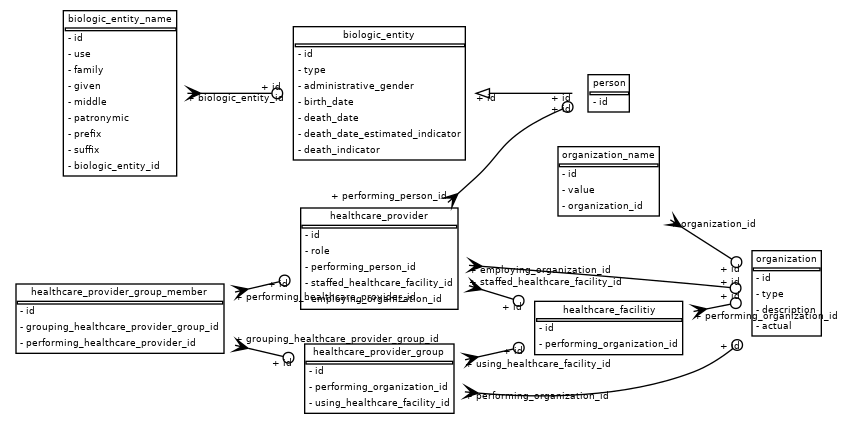
The Graphviz diagram docs/db.png in yoursdearboy/bridg, before a commit. Its source is kept beside it as docs/db.dot.
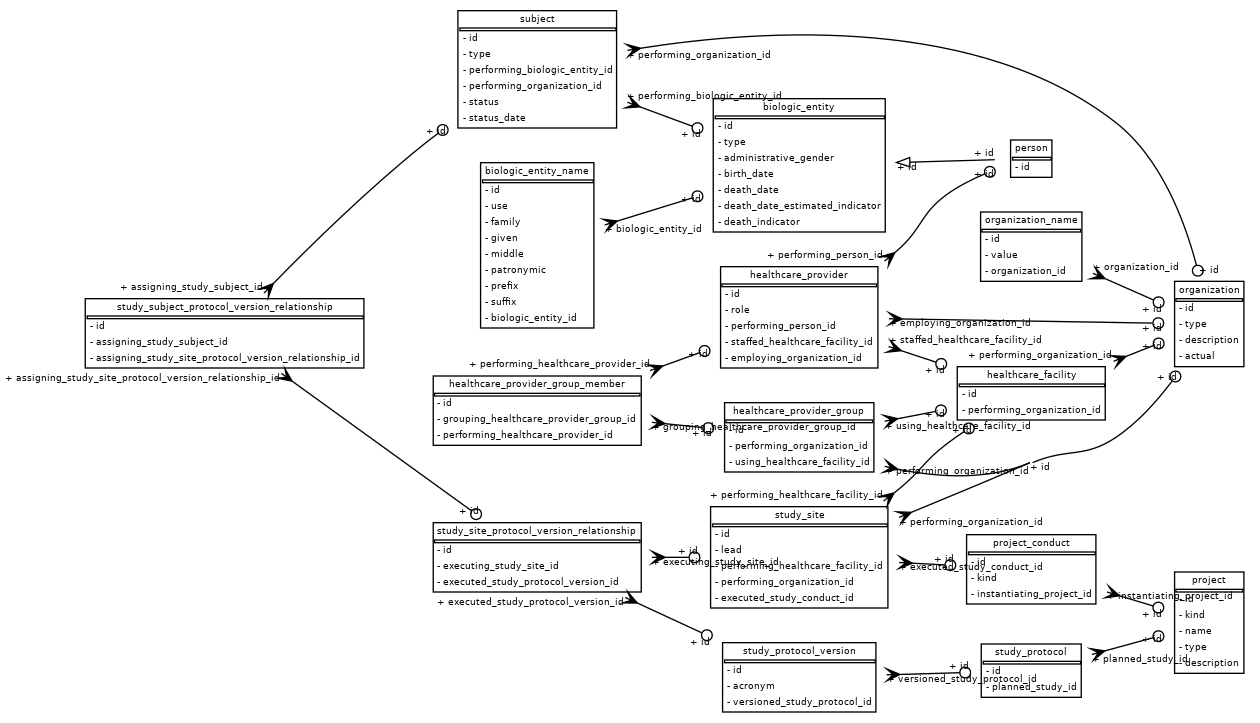
The same file after the commit.

Commit message:
Added study models

Change to the diagram source:
```diff
@@ -1,5 +1,5 @@
 digraph G {
-	graph [bb="0,0,625.17,310",
+	graph [bb="0,0,936.93,534",
 		concentrate=True,
 		mode=ipsep,
 		overlap=ipsep,
@@ -12,14 +12,14 @@
 		fontsize=7.0,
 		height=1.8333,
 		label=<<TABLE BORDER="1" CELLBORDER="0" CELLSPACING="0"><TR><TD ALIGN="CENTER">biologic_entity_name</TD></TR><TR><TD BORDER="1" CELLPADDING="0"></TD></TR><TR><TD ALIGN="LEFT" PORT="id">- id</TD></TR><TR><TD ALIGN="LEFT" PORT="use">- use</TD></TR><TR><TD ALIGN="LEFT" PORT="family">- family</TD></TR><TR><TD ALIGN="LEFT" PORT="given">- given</TD></TR><TR><TD ALIGN="LEFT" PORT="middle">- middle</TD></TR><TR><TD ALIGN="LEFT" PORT="patronymic">- patronymic</TD></TR><TR><TD ALIGN="LEFT" PORT="prefix">- prefix</TD></TR><TR><TD ALIGN="LEFT" PORT="suffix">- suffix</TD></TR><TR><TD ALIGN="LEFT" PORT="biologic_entity_id">- biologic_entity_id</TD></TR></TABLE>>,
-		pos="86,244",
+		pos="398.93,354",
 		shape=plaintext,
 		width=1.4028];
 	biologic_entity	[fontname="Bitstream-Vera Sans",
 		fontsize=7.0,
 		height=1.5,
 		label=<<TABLE BORDER="1" CELLBORDER="0" CELLSPACING="0"><TR><TD ALIGN="CENTER">biologic_entity</TD></TR><TR><TD BORDER="1" CELLPADDING="0"></TD></TR><TR><TD ALIGN="LEFT" PORT="id">- id</TD></TR><TR><TD ALIGN="LEFT" PORT="type">- type</TD></TR><TR><TD ALIGN="LEFT" PORT="administrative_gender">- administrative_gender</TD></TR><TR><TD ALIGN="LEFT" PORT="birth_date">- birth_date</TD></TR><TR><TD ALIGN="LEFT" PORT="death_date">- death_date</TD></TR><TR><TD ALIGN="LEFT" PORT="death_date_estimated_indicator">- death_date_estimated_indicator</TD></TR><TR><TD ALIGN="LEFT" PORT="death_indicator">- death_indicator</TD></TR></TABLE>>,
-		pos="280.5,244",
+		pos="595.43,414",
 		shape=plaintext,
 		width=2.0139];
 	biologic_entity_name -> biologic_entity	[arrowhead=odot,
@@ -27,16 +27,16 @@
 		dir=both,
 		fontname="Bitstream-Vera Sans",
 		fontsize=7.0,
-		head_lp="199.96,248",
+		head_lp="514.92,387.94",
 		headlabel="+ id",
-		pos="s,136.57,244 e,207.96,244 146.77,244 163.57,244 182.1,244 199.86,244",
-		tail_lp="173.07,240",
+		pos="s,449.52,369.3 e,522.92,391.94 459.16,372.27 476.76,377.7 496.32,383.73 514.98,389.49",
+		tail_lp="486.02,365.3",
 		taillabel="+ biologic_entity_id"];
 	person	[fontname="Bitstream-Vera Sans",
 		fontsize=7.0,
 		height=0.5,
 		label=<<TABLE BORDER="1" CELLBORDER="0" CELLSPACING="0"><TR><TD ALIGN="CENTER">person</TD></TR><TR><TD BORDER="1" CELLPADDING="0"></TD></TR><TR><TD ALIGN="LEFT" PORT="id">- id</TD></TR></TABLE>>,
-		pos="452.5,244",
+		pos="769.43,419",
 		shape=plaintext,
 		width=0.75];
 	biologic_entity -> person	[arrowhead=none,
@@ -44,23 +44,23 @@
 		dir=both,
 		fontname="Bitstream-Vera Sans",
 		fontsize=7.0,
-		head_lp="417.26,240",
+		head_lp="734.14,422.24",
 		headlabel="+ id",
-		pos="s,353.1,244 363.36,244 385.79,244 408.51,244 425.26,244",
-		tail_lp="361.1,240",
+		pos="s,668.38,416.09 678.56,416.39 701.59,417.06 724.99,417.74 742.14,418.24",
+		tail_lp="676.38,412.09",
 		taillabel="+ id"];
 	organization	[fontname="Bitstream-Vera Sans",
 		fontsize=7.0,
 		height=1,
 		label=<<TABLE BORDER="1" CELLBORDER="0" CELLSPACING="0"><TR><TD ALIGN="CENTER">organization</TD></TR><TR><TD BORDER="1" CELLPADDING="0"></TD></TR><TR><TD ALIGN="LEFT" PORT="id">- id</TD></TR><TR><TD ALIGN="LEFT" PORT="type">- type</TD></TR><TR><TD ALIGN="LEFT" PORT="description">- description</TD></TR><TR><TD ALIGN="LEFT" PORT="actual">- actual</TD></TR></TABLE>>,
-		pos="586,94",
+		pos="902.93,295",
 		shape=plaintext,
 		width=0.94444];
 	organization_name	[fontname="Bitstream-Vera Sans",
 		fontsize=7.0,
 		height=0.83333,
 		label=<<TABLE BORDER="1" CELLBORDER="0" CELLSPACING="0"><TR><TD ALIGN="CENTER">organization_name</TD></TR><TR><TD BORDER="1" CELLPADDING="0"></TD></TR><TR><TD ALIGN="LEFT" PORT="id">- id</TD></TR><TR><TD ALIGN="LEFT" PORT="value">- value</TD></TR><TR><TD ALIGN="LEFT" PORT="organization_id">- organization_id</TD></TR></TABLE>>,
-		pos="452.5,178",
+		pos="769.43,353",
 		shape=plaintext,
 		width=1.2778];
 	organization_name -> organization	[arrowhead=odot,
@@ -68,33 +68,33 @@
 		dir=both,
 		fontname="Bitstream-Vera Sans",
 		fontsize=7.0,
-		head_lp="543.71,111.27",
+		head_lp="860.64,305.68",
 		headlabel="+ id",
-		pos="s,498.75,149.09 e,551.71,115.27 507.46,143.53 519.99,135.53 533.11,127.15 544.92,119.6",
-		tail_lp="531.25,145.09",
+		pos="s,815.69,333.04 e,868.64,309.68 825.23,328.83 837.21,323.55 849.68,318.05 861.01,313.05",
+		tail_lp="848.19,337.04",
 		taillabel="+ organization_id"];
-	healthcare_facilitiy	[fontname="Bitstream-Vera Sans",
+	healthcare_facility	[fontname="Bitstream-Vera Sans",
 		fontsize=7.0,
 		height=0.66667,
-		label=<<TABLE BORDER="1" CELLBORDER="0" CELLSPACING="0"><TR><TD ALIGN="CENTER">healthcare_facilitiy</TD></TR><TR><TD BORDER="1" CELLPADDING="0"></TD></TR><TR><TD ALIGN="LEFT" PORT="id">- id</TD></TR><TR><TD ALIGN="LEFT" PORT="performing_organization_id">- performing_organization_id</TD></TR></TABLE>>,
-		pos="452.5,68",
+		label=<<TABLE BORDER="1" CELLBORDER="0" CELLSPACING="0"><TR><TD ALIGN="CENTER">healthcare_facility</TD></TR><TR><TD BORDER="1" CELLPADDING="0"></TD></TR><TR><TD ALIGN="LEFT" PORT="id">- id</TD></TR><TR><TD ALIGN="LEFT" PORT="performing_organization_id">- performing_organization_id</TD></TR></TABLE>>,
+		pos="769.43,243",
 		shape=plaintext,
 		width=1.7639];
-	healthcare_facilitiy -> organization	[arrowhead=odot,
+	healthcare_facility -> organization	[arrowhead=odot,
 		arrowtail=crow,
 		dir=both,
 		fontname="Bitstream-Vera Sans",
 		fontsize=7.0,
-		head_lp="543.79,91.433",
+		head_lp="860.71,277.86",
 		headlabel="+ id",
-		pos="s,516.17,80.391 e,551.79,87.433 526.26,82.386 532.24,83.569 538.14,84.736 543.77,85.848",
-		tail_lp="570.67,76.391",
+		pos="s,831.18,267.02 e,868.71,281.86 840.58,270.74 847.63,273.52 854.6,276.28 861.18,278.89",
+		tail_lp="776.68,271.02",
 		taillabel="+ performing_organization_id"];
 	healthcare_provider	[fontname="Bitstream-Vera Sans",
 		fontsize=7.0,
 		height=1.1667,
 		label=<<TABLE BORDER="1" CELLBORDER="0" CELLSPACING="0"><TR><TD ALIGN="CENTER">healthcare_provider</TD></TR><TR><TD BORDER="1" CELLPADDING="0"></TD></TR><TR><TD ALIGN="LEFT" PORT="id">- id</TD></TR><TR><TD ALIGN="LEFT" PORT="role">- role</TD></TR><TR><TD ALIGN="LEFT" PORT="performing_person_id">- performing_person_id</TD></TR><TR><TD ALIGN="LEFT" PORT="staffed_healthcare_facility_id">- staffed_healthcare_facility_id</TD></TR><TR><TD ALIGN="LEFT" PORT="employing_organization_id">- employing_organization_id</TD></TR></TABLE>>,
-		pos="280.5,120",
+		pos="595.43,300",
 		shape=plaintext,
 		width=1.8611];
 	healthcare_provider -> person	[arrowhead=odot,
@@ -102,37 +102,37 @@
 		dir=both,
 		fontname="Bitstream-Vera Sans",
 		fontsize=7.0,
-		head_lp="417.43,231.28",
+		head_lp="734.13,406.61",
 		headlabel="+ id",
-		pos="s,331.94,162.17 e,425.43,235.28 339.64,168.93 344.2,172.97 348.7,177.03 353,181 369.62,196.36 370.28,204.29 389,217 397.8,222.97 \
-408.13,228.08 417.83,232.2",
-		tail_lp="287.94,166.17",
+		pos="s,659.39,342.11 e,742.13,410.61 667.38,348.76 668.24,349.5 669.09,350.25 669.93,351 688.03,367.14 686.33,377.73 705.93,392 714.53,\
+398.26 724.8,403.45 734.51,407.55",
+		tail_lp="615.39,346.11",
 		taillabel="+ performing_person_id"];
 	healthcare_provider -> organization	[arrowhead=odot,
 		arrowtail=crow,
 		dir=both,
 		fontname="Bitstream-Vera Sans",
 		fontsize=7.0,
-		head_lp="543.67,101.52",
+		head_lp="860.73,291.54",
 		headlabel="+ id",
-		pos="s,347.74,114.99 e,551.67,97.519 357.9,114.2 403.76,110.63 463.25,105.81 516,101 524.91,100.19 534.45,99.257 543.51,98.346",
-		tail_lp="401.24,110.99",
+		pos="s,662.72,298.92 e,868.73,295.54 673.01,298.75 732.4,297.77 812.43,296.46 860.44,295.68",
+		tail_lp="716.22,294.92",
 		taillabel="+ employing_organization_id"];
-	healthcare_provider -> healthcare_facilitiy	[arrowhead=odot,
+	healthcare_provider -> healthcare_facility	[arrowhead=odot,
 		arrowtail=crow,
 		dir=both,
 		fontname="Bitstream-Vera Sans",
 		fontsize=7.0,
-		head_lp="380.81,83.177",
+		head_lp="697.71,259.78",
 		headlabel="+ id",
-		pos="s,347.71,99.747 e,388.81,87.177 357.31,96.811 365.21,94.396 373.21,91.948 381.04,89.552",
-		tail_lp="405.21,101.75",
+		pos="s,662.44,278.13 e,705.71,263.78 672.2,274.89 680.77,272.05 689.48,269.17 697.98,266.35",
+		tail_lp="719.94,282.13",
 		taillabel="+ staffed_healthcare_facility_id"];
 	healthcare_provider_group	[fontname="Bitstream-Vera Sans",
 		fontsize=7.0,
 		height=0.83333,
 		label=<<TABLE BORDER="1" CELLBORDER="0" CELLSPACING="0"><TR><TD ALIGN="CENTER">healthcare_provider_group</TD></TR><TR><TD BORDER="1" CELLPADDING="0"></TD></TR><TR><TD ALIGN="LEFT" PORT="id">- id</TD></TR><TR><TD ALIGN="LEFT" PORT="performing_organization_id">- performing_organization_id</TD></TR><TR><TD ALIGN="LEFT" PORT="using_healthcare_facility_id">- using_healthcare_facility_id</TD></TR></TABLE>>,
-		pos="280.5,30",
+		pos="595.43,210",
 		shape=plaintext,
 		width=1.7778];
 	healthcare_provider_group -> organization	[arrowhead=odot,
@@ -140,26 +140,26 @@
 		dir=both,
 		fontname="Bitstream-Vera Sans",
 		fontsize=7.0,
-		head_lp="543.95,53.817",
+		head_lp="776.43,187",
 		headlabel="+ id",
-		pos="s,344.66,20.111 e,551.95,57.817 354.87,19.152 402.37,15.091 464.69,15.43 516,35 526.55,39.023 536.59,45.412 545.59,52.529",
-		tail_lp="399.16,16.111",
+		pos="s,659.56,188.25 669.6,186.05 701.09,179.7 737.66,177.81 768.43,191",
+		tail_lp="714.06,184.25",
 		taillabel="+ performing_organization_id"];
-	healthcare_provider_group -> healthcare_facilitiy	[arrowhead=odot,
+	healthcare_provider_group -> healthcare_facility	[arrowhead=odot,
 		arrowtail=crow,
 		dir=both,
 		fontname="Bitstream-Vera Sans",
 		fontsize=7.0,
-		head_lp="380.99,50.028",
+		head_lp="697.66,226.96",
 		headlabel="+ id",
-		pos="s,344.8,44.15 e,388.99,54.028 354.74,46.37 363.47,48.323 372.38,50.314 381.08,52.258",
-		tail_lp="399.8,40.15",
+		pos="s,659.5,222.1 e,705.66,230.96 669.51,224.02 678.81,225.8 688.32,227.63 697.59,229.41",
+		tail_lp="714.5,218.1",
 		taillabel="+ using_healthcare_facility_id"];
 	healthcare_provider_group_member	[fontname="Bitstream-Vera Sans",
 		fontsize=7.0,
 		height=0.83333,
 		label=<<TABLE BORDER="1" CELLBORDER="0" CELLSPACING="0"><TR><TD ALIGN="CENTER">healthcare_provider_group_member</TD></TR><TR><TD BORDER="1" CELLPADDING="0"></TD></TR><TR><TD ALIGN="LEFT" PORT="id">- id</TD></TR><TR><TD ALIGN="LEFT" PORT="grouping_healthcare_provider_group_id">- grouping_healthcare_provider_group_id</TD></TR><TR><TD ALIGN="LEFT" PORT="performing_healthcare_provider_id">- performing_healthcare_provider_id</TD></TR></TABLE>>,
-		pos="86,75",
+		pos="398.93,230",
 		shape=plaintext,
 		width=2.3889];
 	healthcare_provider_group_member -> healthcare_provider	[arrowhead=odot,
@@ -167,19 +167,197 @@
 		dir=both,
 		fontname="Bitstream-Vera Sans",
 		fontsize=7.0,
-		head_lp="205.37,100.54",
+		head_lp="520.2,272.16",
 		headlabel="+ id",
-		pos="s,172.27,94.934 e,213.37,104.54 182.32,97.283 190.03,99.086 197.75,100.89 205.28,102.65",
-		tail_lp="240.27,90.934",
+		pos="s,483.55,260.09 e,528.2,276.16 493.04,263.51 502.22,266.81 511.46,270.14 520.41,273.36",
+		tail_lp="415.55,264.09",
 		taillabel="+ performing_healthcare_provider_id"];
 	healthcare_provider_group_member -> healthcare_provider_group	[arrowhead=odot,
 		arrowtail=crow,
 		dir=both,
 		fontname="Bitstream-Vera Sans",
 		fontsize=7.0,
-		head_lp="208.25,40.785",
+		head_lp="523.22,212.5",
 		headlabel="+ id",
-		pos="s,172.27,55.066 e,216.25,44.785 182.36,52.708 191.07,50.671 199.8,48.631 208.25,46.656",
-		tail_lp="249.27,59.066",
+		pos="s,484.96,221.26 e,531.22,216.5 495.2,220.2 504.56,219.24 513.94,218.28 523,217.35",
+		tail_lp="561.96,217.26",
 		taillabel="+ grouping_healthcare_provider_group_id"];
+	project	[fontname="Bitstream-Vera Sans",
+		fontsize=7.0,
+		height=1.1667,
+		label=<<TABLE BORDER="1" CELLBORDER="0" CELLSPACING="0"><TR><TD ALIGN="CENTER">project</TD></TR><TR><TD BORDER="1" CELLPADDING="0"></TD></TR><TR><TD ALIGN="LEFT" PORT="id">- id</TD></TR><TR><TD ALIGN="LEFT" PORT="kind">- kind</TD></TR><TR><TD ALIGN="LEFT" PORT="name">- name</TD></TR><TR><TD ALIGN="LEFT" PORT="type">- type</TD></TR><TR><TD ALIGN="LEFT" PORT="description">- description</TD></TR></TABLE>>,
+		pos="902.93,71",
+		shape=plaintext,
+		width=0.94444];
+	project_conduct	[fontname="Bitstream-Vera Sans",
+		fontsize=7.0,
+		height=0.83333,
+		label=<<TABLE BORDER="1" CELLBORDER="0" CELLSPACING="0"><TR><TD ALIGN="CENTER">project_conduct</TD></TR><TR><TD BORDER="1" CELLPADDING="0"></TD></TR><TR><TD ALIGN="LEFT" PORT="id">- id</TD></TR><TR><TD ALIGN="LEFT" PORT="kind">- kind</TD></TR><TR><TD ALIGN="LEFT" PORT="instantiating_project_id">- instantiating_project_id</TD></TR></TABLE>>,
+		pos="769.43,111",
+		shape=plaintext,
+		width=1.5694];
+	project_conduct -> project	[arrowhead=odot,
+		arrowtail=crow,
+		dir=both,
+		fontname="Bitstream-Vera Sans",
+		fontsize=7.0,
+		head_lp="860.57,77.149",
+		headlabel="+ id",
+		pos="s,826.2,94.036 e,868.57,81.149 836.07,91.034 844.52,88.464 852.98,85.892 860.88,83.489",
+		tail_lp="873.7,90.036",
+		taillabel="+ instantiating_project_id"];
+	study_site	[fontname="Bitstream-Vera Sans",
+		fontsize=7.0,
+		height=1.1667,
+		label=<<TABLE BORDER="1" CELLBORDER="0" CELLSPACING="0"><TR><TD ALIGN="CENTER">study_site</TD></TR><TR><TD BORDER="1" CELLPADDING="0"></TD></TR><TR><TD ALIGN="LEFT" PORT="id">- id</TD></TR><TR><TD ALIGN="LEFT" PORT="lead">- lead</TD></TR><TR><TD ALIGN="LEFT" PORT="performing_healthcare_facility_id">- performing_healthcare_facility_id</TD></TR><TR><TD ALIGN="LEFT" PORT="performing_organization_id">- performing_organization_id</TD></TR><TR><TD ALIGN="LEFT" PORT="executed_study_conduct_id">- executed_study_conduct_id</TD></TR></TABLE>>,
+		pos="595.43,120",
+		shape=plaintext,
+		width=2.0694];
+	study_site -> organization	[arrowhead=odot,
+		arrowtail=crow,
+		dir=both,
+		fontname="Bitstream-Vera Sans",
+		fontsize=7.0,
+		head_lp="871.93,254.87",
+		headlabel="+ id",
+		pos="s,670.27,149.97 679.71,153.84 707.94,165.46 739.62,178.65 768.43,191;e,879.93,258.87 770.43,191 797.12,202.44 808.84,193.8 832.93,\
+210 849.21,220.95 863.58,236.88 874.93,252",
+		tail_lp="724.77,145.97",
+		taillabel="+ performing_organization_id"];
+	study_site -> healthcare_facility	[arrowhead=odot,
+		arrowtail=crow,
+		dir=both,
+		fontname="Bitstream-Vera Sans",
+		fontsize=7.0,
+		head_lp="717.94,214.83",
+		headlabel="+ id",
+		pos="s,658.68,162.2 e,725.94,218.83 666.84,168.52 667.89,169.35 668.92,170.17 669.93,171 687.02,184.87 688.43,191.65 705.93,205 710.14,\
+208.21 714.63,211.38 719.21,214.44",
+		tail_lp="593.68,166.2",
+		taillabel="+ performing_healthcare_facility_id"];
+	study_site -> project_conduct	[arrowhead=odot,
+		arrowtail=crow,
+		dir=both,
+		fontname="Bitstream-Vera Sans",
+		fontsize=7.0,
+		head_lp="704.74,117.91",
+		headlabel="+ id",
+		pos="s,670.38,116.13 e,712.74,113.91 680.42,115.61 688.47,115.18 696.55,114.76 704.37,114.35",
+		tail_lp="724.88,112.13",
+		taillabel="+ executed_study_conduct_id"];
+	study_protocol	[fontname="Bitstream-Vera Sans",
+		fontsize=7.0,
+		height=0.66667,
+		label=<<TABLE BORDER="1" CELLBORDER="0" CELLSPACING="0"><TR><TD ALIGN="CENTER">study_protocol</TD></TR><TR><TD BORDER="1" CELLPADDING="0"></TD></TR><TR><TD ALIGN="LEFT" PORT="id">- id</TD></TR><TR><TD ALIGN="LEFT" PORT="planned_study_id">- planned_study_id</TD></TR></TABLE>>,
+		pos="769.43,35",
+		shape=plaintext,
+		width=1.2639];
+	study_protocol -> project	[arrowhead=odot,
+		arrowtail=crow,
+		dir=both,
+		fontname="Bitstream-Vera Sans",
+		fontsize=7.0,
+		head_lp="860.69,57.898",
+		headlabel="+ id",
+		pos="s,814.95,47.188 e,868.69,61.898 824.62,49.834 836.76,53.157 849.44,56.629 860.94,59.776",
+		tail_lp="851.45,43.188",
+		taillabel="+ planned_study_id"];
+	study_protocol_version	[fontname="Bitstream-Vera Sans",
+		fontsize=7.0,
+		height=0.83333,
+		label=<<TABLE BORDER="1" CELLBORDER="0" CELLSPACING="0"><TR><TD ALIGN="CENTER">study_protocol_version</TD></TR><TR><TD BORDER="1" CELLPADDING="0"></TD></TR><TR><TD ALIGN="LEFT" PORT="id">- id</TD></TR><TR><TD ALIGN="LEFT" PORT="acronym">- acronym</TD></TR><TR><TD ALIGN="LEFT" PORT="versioned_study_protocol_id">- versioned_study_protocol_id</TD></TR></TABLE>>,
+		pos="595.43,30",
+		shape=plaintext,
+		width=1.8194];
+	study_protocol_version -> study_protocol	[arrowhead=odot,
+		arrowtail=crow,
+		dir=both,
+		fontname="Bitstream-Vera Sans",
+		fontsize=7.0,
+		head_lp="715.91,37.706",
+		headlabel="+ id",
+		pos="s,660.97,31.876 e,723.91,33.706 671.16,32.172 686.2,32.609 701.7,33.06 715.79,33.47",
+		tail_lp="717.47,27.876",
+		taillabel="+ versioned_study_protocol_id"];
+	study_site_protocol_version_relationship	[fontname="Bitstream-Vera Sans",
+		fontsize=7.0,
+		height=0.83333,
+		label=<<TABLE BORDER="1" CELLBORDER="0" CELLSPACING="0"><TR><TD ALIGN="CENTER">study_site_protocol_version_relationship</TD></TR><TR><TD BORDER="1" CELLPADDING="0"></TD></TR><TR><TD ALIGN="LEFT" PORT="id">- id</TD></TR><TR><TD ALIGN="LEFT" PORT="executing_study_site_id">- executing_study_site_id</TD></TR><TR><TD ALIGN="LEFT" PORT="executed_study_protocol_version_id">- executed_study_protocol_version_id</TD></TR></TABLE>>,
+		pos="398.93,120",
+		shape=plaintext,
+		width=2.3889];
+	study_site_protocol_version_relationship -> study_site	[arrowhead=odot,
+		arrowtail=crow,
+		dir=both,
+		fontname="Bitstream-Vera Sans",
+		fontsize=7.0,
+		head_lp="512.85,124",
+		headlabel="+ id",
+		pos="s,484.96,120 e,520.85,120 495.1,120 500.91,120 506.74,120 512.49,120",
+		tail_lp="532.96,116",
+		taillabel="+ executing_study_site_id"];
+	study_site_protocol_version_relationship -> study_protocol_version	[arrowhead=odot,
+		arrowtail=crow,
+		dir=both,
+		fontname="Bitstream-Vera Sans",
+		fontsize=7.0,
+		head_lp="521.79,55.912",
+		headlabel="+ id",
+		pos="s,464.97,89.906 e,529.79,59.912 474.15,85.66 489.9,78.372 506.5,70.689 522.18,63.435",
+		tail_lp="394.47,85.906",
+		taillabel="+ executed_study_protocol_version_id"];
+	subject	[fontname="Bitstream-Vera Sans",
+		fontsize=7.0,
+		height=1.3333,
+		label=<<TABLE BORDER="1" CELLBORDER="0" CELLSPACING="0"><TR><TD ALIGN="CENTER">subject</TD></TR><TR><TD BORDER="1" CELLPADDING="0"></TD></TR><TR><TD ALIGN="LEFT" PORT="id">- id</TD></TR><TR><TD ALIGN="LEFT" PORT="type">- type</TD></TR><TR><TD ALIGN="LEFT" PORT="performing_biologic_entity_id">- performing_biologic_entity_id</TD></TR><TR><TD ALIGN="LEFT" PORT="performing_organization_id">- performing_organization_id</TD></TR><TR><TD ALIGN="LEFT" PORT="status">- status</TD></TR><TR><TD ALIGN="LEFT" PORT="status_date">- status_date</TD></TR></TABLE>>,
+		pos="398.93,486",
+		shape=plaintext,
+		width=1.875];
+	subject -> biologic_entity	[arrowhead=odot,
+		arrowtail=crow,
+		dir=both,
+		fontname="Bitstream-Vera Sans",
+		fontsize=7.0,
+		head_lp="514.87,436.49",
+		headlabel="+ id",
+		pos="s,466.6,461.32 e,522.87,440.49 476.08,457.81 488.96,453.05 502.35,448.09 515.31,443.29",
+		tail_lp="525.1,465.32",
+		taillabel="+ performing_biologic_entity_id"];
+	subject -> organization	[arrowhead=odot,
+		arrowtail=crow,
+		dir=both,
+		fontname="Bitstream-Vera Sans",
+		fontsize=7.0,
+		head_lp="903.33,335.1",
+		headlabel="+ id",
+		pos="s,466.58,500.22 e,895.33,331.1 476.62,501.86 570.9,516.67 730.91,526.01 832.93,446 866.42,419.74 884.24,373.53 893.31,339.13",
+		tail_lp="521.08,496.22",
+		taillabel="+ performing_organization_id"];
+	study_subject_protocol_version_relationship	[fontname="Bitstream-Vera Sans",
+		fontsize=7.0,
+		height=0.83333,
+		label=<<TABLE BORDER="1" CELLBORDER="0" CELLSPACING="0"><TR><TD ALIGN="CENTER">study_subject_protocol_version_relationship</TD></TR><TR><TD BORDER="1" CELLPADDING="0"></TD></TR><TR><TD ALIGN="LEFT" PORT="id">- id</TD></TR><TR><TD ALIGN="LEFT" PORT="assigning_study_subject_id">- assigning_study_subject_id</TD></TR><TR><TD ALIGN="LEFT" PORT="assigning_study_site_protocol_version_relationship_id">- assigning_study_site_protocol_version_relationship_id</TD></TR></TABLE>>,
+		pos="164.43,288",
+		shape=plaintext,
+		width=3.125];
+	study_subject_protocol_version_relationship -> study_site_protocol_version_relationship	[arrowhead=odot,
+		arrowtail=crow,
+		dir=both,
+		fontname="Bitstream-Vera Sans",
+		fontsize=7.0,
+		head_lp="348.34,154.06",
+		headlabel="+ id",
+		pos="s,207,257.96 e,356.34,150.06 215.17,252.06 254.92,223.34 310.31,183.31 349.67,154.87",
+		tail_lp="103.5,253.96",
+		taillabel="+ assigning_study_site_protocol_version_relationship_id"];
+	study_subject_protocol_version_relationship -> subject	[arrowhead=odot,
+		arrowtail=crow,
+		dir=both,
+		fontname="Bitstream-Vera Sans",
+		fontsize=7.0,
+		head_lp="323.24,438.9",
+		headlabel="+ id",
+		pos="s,194,318.2 e,331.24,442.9 201.05,325.43 229.97,354.97 272.45,396.48 312.93,429 316.66,431.99 320.54,434.99 324.51,437.95",
+		tail_lp="140,322.2",
+		taillabel="+ assigning_study_subject_id"];
 }
```
